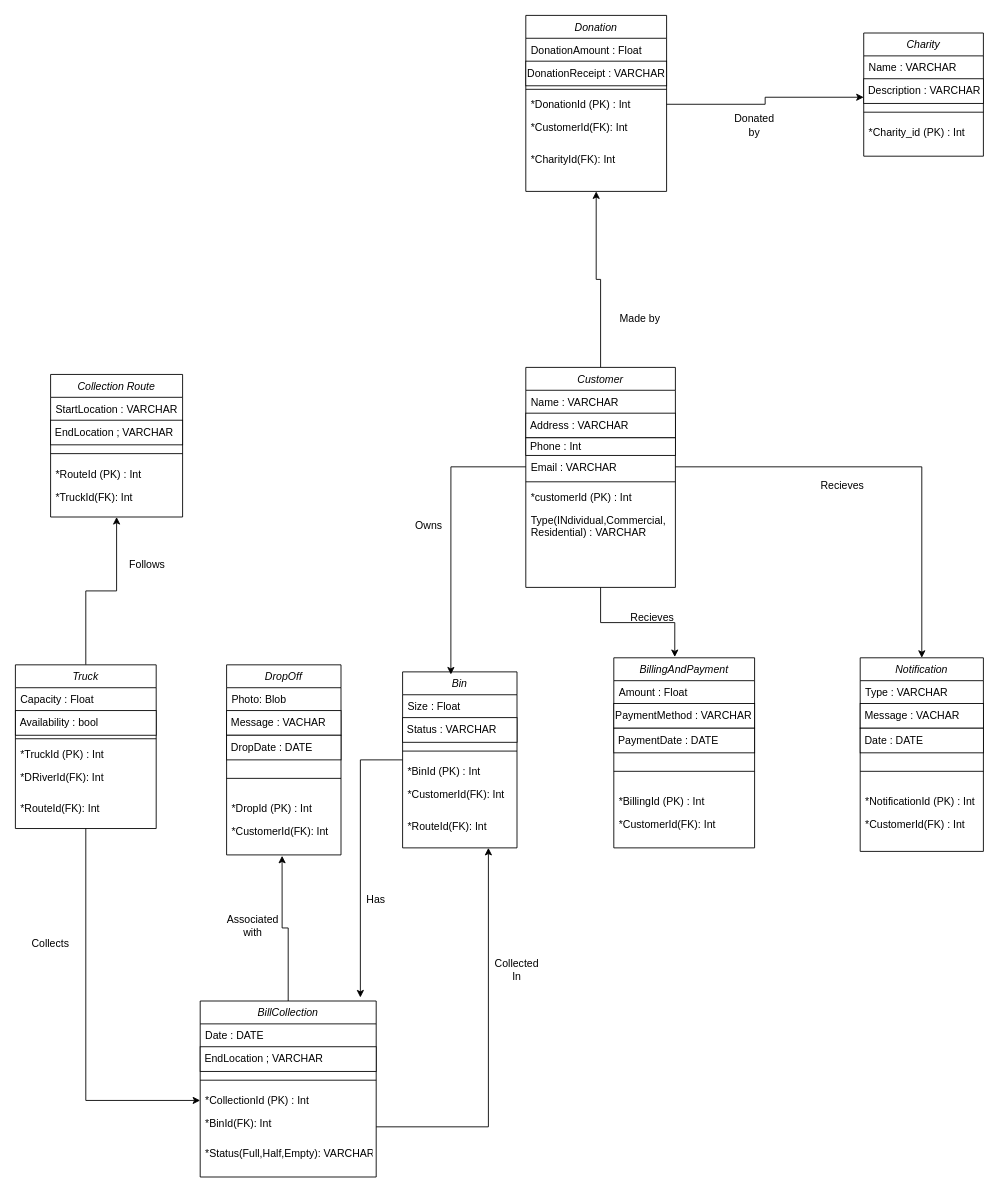
Before: recycle4Change-R4C.drawio in levos-snr/recycle4Change-R4C, a draw.io diagram. Source tidied: cells renumbered, new cells numbered last; positions are measured from the earlier drawing's top-left corner, leaving out a move shared by most shapes. Both pictures are drawn from the tidied source at 88%, with x=0, y=0 at pixel (15, 15).
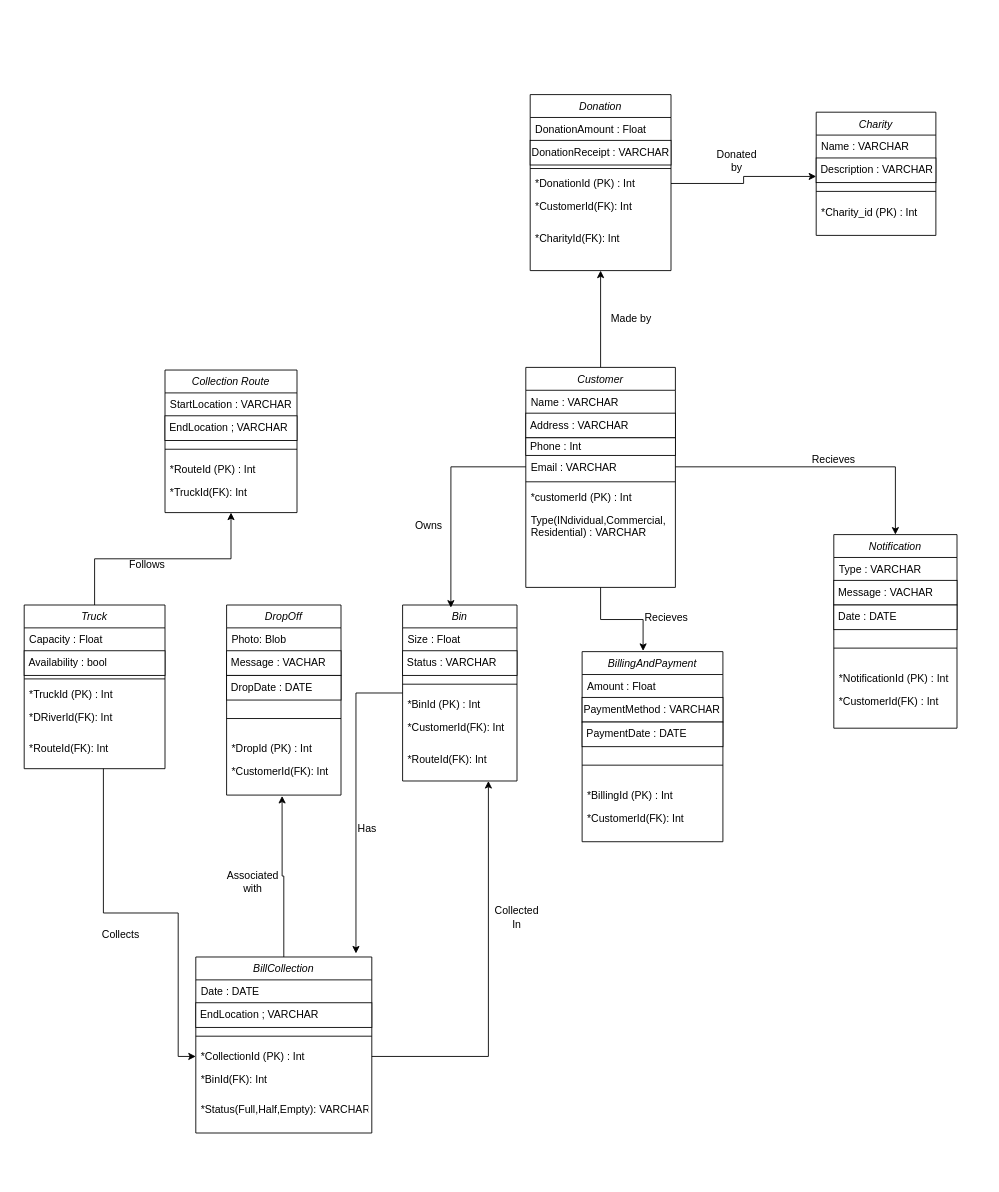
Above is the later version.

Commit message:
fix: arrange the diagrams

The change refers to these unchanged cells:
```xml
<mxCell id="25" value="*RouteId(FK): Int" style="text;align=left;verticalAlign=top;spacingLeft=4;spacingRight=4;overflow=hidden;points=[[0,0.5],[1,0.5]];portConstraint=eastwest;" parent="19" vertex="1">
  <mxGeometry y="150" width="160" height="36" as="geometry" />
</mxCell>
<mxCell id="62" value="*CollectionId (PK) : Int" style="text;align=left;verticalAlign=top;spacingLeft=4;spacingRight=4;overflow=hidden;points=[[0,0.5],[1,0.5]];portConstraint=eastwest;" parent="58" vertex="1">
  <mxGeometry y="100" width="200" height="26" as="geometry" />
</mxCell>
<mxCell id="63" value="*BinId(FK): Int" style="text;align=left;verticalAlign=top;spacingLeft=4;spacingRight=4;overflow=hidden;points=[[0,0.5],[1,0.5]];portConstraint=eastwest;" parent="58" vertex="1">
  <mxGeometry y="126" width="200" height="34" as="geometry" />
</mxCell>
```

What changed in the source:
```diff
@@
     <mxCell id="11" value="Donation" style="swimlane;fontStyle=2;align=center;verticalAlign=top;horizontal=1;startSize=26;rounded=0;shadow=0;strokeWidth=1;" parent="1" vertex="1">
-      <mxGeometry x="580" width="160" height="200" as="geometry" />
+      <mxGeometry x="585" y="90" width="160" height="200" as="geometry" />
     </mxCell>
@@
     <mxCell id="19" value="Truck" style="swimlane;fontStyle=2;align=center;verticalAlign=top;horizontal=1;startSize=26;rounded=0;shadow=0;strokeWidth=1;" parent="1" vertex="1">
-      <mxGeometry y="738" width="160" height="186" as="geometry" />
+      <mxGeometry x="10" y="670" width="160" height="186" as="geometry" />
     </mxCell>
@@
     <mxCell id="26" value="Bin" style="swimlane;fontStyle=2;align=center;verticalAlign=top;horizontal=1;startSize=26;rounded=0;shadow=0;strokeWidth=1;" parent="1" vertex="1">
-      <mxGeometry x="440" y="746" width="130" height="200" as="geometry" />
+      <mxGeometry x="440" y="670" width="130" height="200" as="geometry" />
     </mxCell>
@@
     <mxCell id="33" value="Collection Route" style="swimlane;fontStyle=2;align=center;verticalAlign=top;horizontal=1;startSize=26;rounded=0;shadow=0;strokeWidth=1;" parent="1" vertex="1">
-      <mxGeometry x="40" y="408" width="150" height="162" as="geometry" />
+      <mxGeometry x="170" y="403" width="150" height="162" as="geometry" />
     </mxCell>
@@
     <mxCell id="39" value="Charity" style="swimlane;fontStyle=2;align=center;verticalAlign=top;horizontal=1;startSize=26;rounded=0;shadow=0;strokeWidth=1;" parent="1" vertex="1">
-      <mxGeometry x="964" y="20" width="136" height="140" as="geometry" />
+      <mxGeometry x="910" y="110" width="136" height="140" as="geometry" />
     </mxCell>
@@
     <mxCell id="44" value="Notification" style="swimlane;fontStyle=2;align=center;verticalAlign=top;horizontal=1;startSize=26;rounded=0;shadow=0;strokeWidth=1;" parent="1" vertex="1">
-      <mxGeometry x="960" y="730" width="140" height="220" as="geometry" />
+      <mxGeometry x="930" y="590" width="140" height="220" as="geometry" />
     </mxCell>
@@
     <mxCell id="51" value="BillingAndPayment" style="swimlane;fontStyle=2;align=center;verticalAlign=top;horizontal=1;startSize=26;rounded=0;shadow=0;strokeWidth=1;" parent="1" vertex="1">
-      <mxGeometry x="680" y="730" width="160" height="216" as="geometry" />
+      <mxGeometry x="644" y="723" width="160" height="216" as="geometry" />
     </mxCell>
@@
     <mxCell id="58" value="BillCollection" style="swimlane;fontStyle=2;align=center;verticalAlign=top;horizontal=1;startSize=26;rounded=0;shadow=0;strokeWidth=1;" parent="1" vertex="1">
-      <mxGeometry x="210" y="1120" width="200" height="200" as="geometry" />
+      <mxGeometry x="205" y="1070" width="200" height="200" as="geometry" />
     </mxCell>
@@
     <mxCell id="65" value="DropOff" style="swimlane;fontStyle=2;align=center;verticalAlign=top;horizontal=1;startSize=26;rounded=0;shadow=0;strokeWidth=1;" parent="1" vertex="1">
-      <mxGeometry x="240" y="738" width="130" height="216" as="geometry" />
+      <mxGeometry x="240" y="670" width="130" height="216" as="geometry" />
     </mxCell>
@@
     <mxCell id="72" value="Made by" style="text;html=1;align=center;verticalAlign=middle;whiteSpace=wrap;rounded=0;" parent="1" vertex="1">
-      <mxGeometry x="680" y="330" width="60" height="30" as="geometry" />
+      <mxGeometry x="670" y="330" width="60" height="30" as="geometry" />
     </mxCell>
@@
     <mxCell id="76" value="Recieves" style="text;html=1;align=center;verticalAlign=middle;whiteSpace=wrap;rounded=0;" parent="1" vertex="1">
-      <mxGeometry x="694" y="670" width="60" height="30" as="geometry" />
+      <mxGeometry x="710" y="670" width="60" height="30" as="geometry" />
     </mxCell>
     <mxCell id="77" value="Recieves" style="text;html=1;align=center;verticalAlign=middle;whiteSpace=wrap;rounded=0;" parent="1" vertex="1">
-      <mxGeometry x="910" y="520" width="60" height="30" as="geometry" />
+      <mxGeometry x="900" y="490" width="60" height="30" as="geometry" />
     </mxCell>
-    <mxCell id="78" style="edgeStyle=orthogonalEdgeStyle;rounded=0;jettySize=auto;html=1;entryX=0;entryY=0.5;entryDx=0;entryDy=0;" parent="1" edge="1" source="25" target="62">
-      <mxGeometry relative="1" as="geometry">
-        <Array as="points">
-          <mxPoint x="80" y="1233" />
-        </Array>
-      </mxGeometry>
-    </mxCell>
     <mxCell id="79" value="Collects" style="text;html=1;align=center;verticalAlign=middle;whiteSpace=wrap;rounded=0;" parent="1" vertex="1">
-      <mxGeometry x="10" y="1040" width="60" height="30" as="geometry" />
+      <mxGeometry x="90" y="1030" width="60" height="30" as="geometry" />
     </mxCell>
@@
     <mxCell id="81" value="Associated with" style="text;html=1;align=center;verticalAlign=middle;whiteSpace=wrap;rounded=0;" parent="1" vertex="1">
-      <mxGeometry x="240" y="1020" width="60" height="30" as="geometry" />
+      <mxGeometry x="240" y="970" width="60" height="30" as="geometry" />
     </mxCell>
@@
     <mxCell id="83" value="Has" style="text;html=1;align=center;verticalAlign=middle;whiteSpace=wrap;rounded=0;" parent="1" vertex="1">
-      <mxGeometry x="380" y="990" width="60" height="30" as="geometry" />
+      <mxGeometry x="370" y="909" width="60" height="30" as="geometry" />
     </mxCell>
-    <mxCell id="84" style="edgeStyle=orthogonalEdgeStyle;rounded=0;jettySize=auto;html=1;entryX=0.75;entryY=1;entryDx=0;entryDy=0;" parent="1" edge="1" source="63" target="26">
+    <mxCell id="84" style="edgeStyle=orthogonalEdgeStyle;rounded=0;jettySize=auto;html=1;entryX=0.75;entryY=1;entryDx=0;entryDy=0;exitX=1;exitY=0.5;exitDx=0;exitDy=0;" parent="1" edge="1" source="62" target="26">
       <mxGeometry relative="1" as="geometry" />
     </mxCell>
     <mxCell id="85" value="Collected In" style="text;html=1;align=center;verticalAlign=middle;whiteSpace=wrap;rounded=0;" parent="1" vertex="1">
-      <mxGeometry x="540" y="1070" width="60" height="30" as="geometry" />
+      <mxGeometry x="540" y="1010" width="60" height="30" as="geometry" />
     </mxCell>
@@
     <mxCell id="87" value="Donated by" style="text;html=1;align=center;verticalAlign=middle;whiteSpace=wrap;rounded=0;" parent="1" vertex="1">
-      <mxGeometry x="810" y="110" width="60" height="30" as="geometry" />
+      <mxGeometry x="790" y="150" width="60" height="30" as="geometry" />
     </mxCell>
@@
+    <mxCell id="78" style="edgeStyle=orthogonalEdgeStyle;rounded=0;jettySize=auto;html=1;entryX=0;entryY=0.5;entryDx=0;entryDy=0;" parent="1" edge="1" source="25" target="62">
+      <mxGeometry relative="1" as="geometry">
+        <Array as="points">
+          <mxPoint x="100" y="1020" />
+          <mxPoint x="185" y="1020" />
+          <mxPoint x="185" y="1183" />
+        </Array>
+      </mxGeometry>
+    </mxCell>
```
